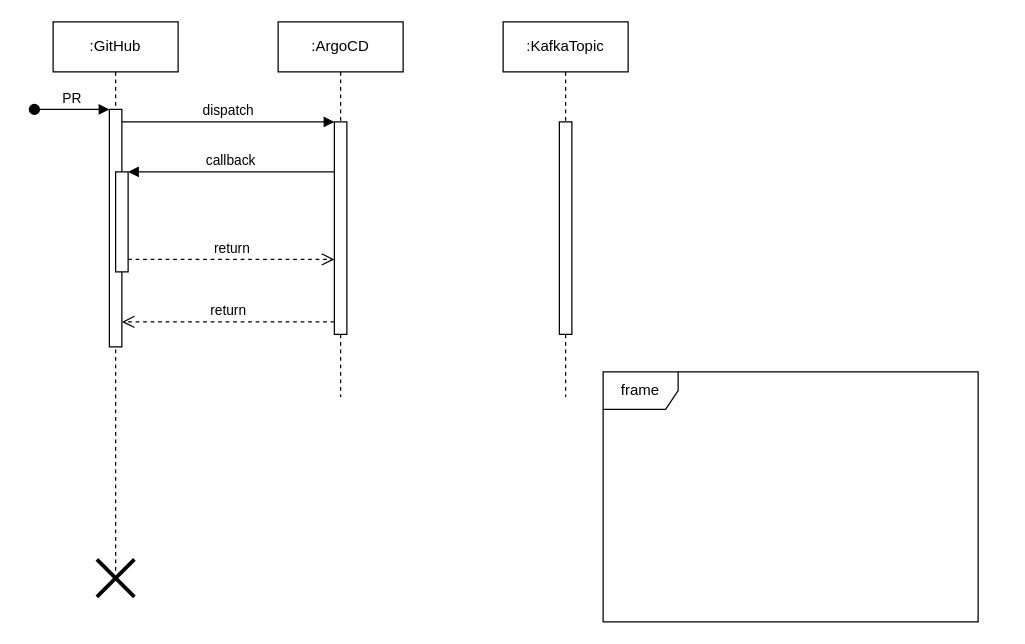
mcpersiko/devsmcp keeps this draw.io diagram as Untitled Diagram.drawio. Above is the earlier version. Source tidied: cells renumbered, new cells numbered last; positions are measured from the earlier drawing's top-left corner, leaving out a move shared by most shapes. Both pictures are drawn from the tidied source at 125%, with x=0, y=0 at pixel (34, 21).
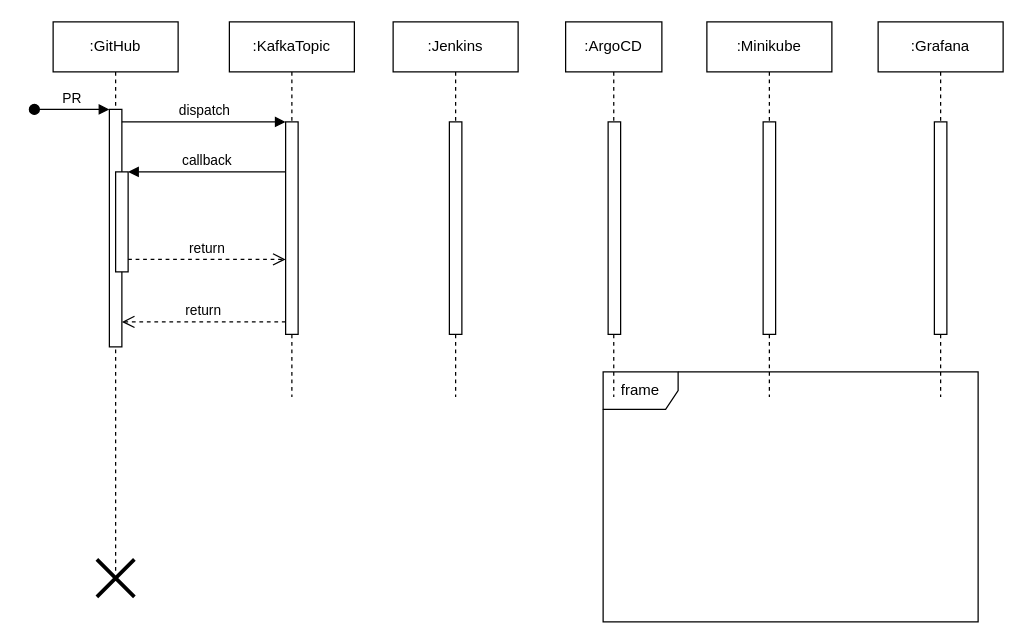
The same diagram, later.

Diff of the diagram source:
```diff
@@
-    <mxCell id="7" value=":ArgoCD" style="shape=umlLifeline;perimeter=lifelinePerimeter;whiteSpace=wrap;html=1;newEdgeStyle={&quot;edgeStyle&quot;:&quot;elbowEdgeStyle&quot;,&quot;elbow&quot;:&quot;vertical&quot;,&quot;curved&quot;:0,&quot;rounded&quot;:0};" parent="1" vertex="1">
-      <mxGeometry x="195" width="100" height="300" as="geometry" />
+    <mxCell id="7" value=":KafkaTopic" style="shape=umlLifeline;perimeter=lifelinePerimeter;whiteSpace=wrap;html=1;newEdgeStyle={&quot;edgeStyle&quot;:&quot;elbowEdgeStyle&quot;,&quot;elbow&quot;:&quot;vertical&quot;,&quot;curved&quot;:0,&quot;rounded&quot;:0};" parent="1" vertex="1">
+      <mxGeometry x="156" width="100" height="300" as="geometry" />
     </mxCell>
@@
-    <mxCell id="14" value=":KafkaTopic" style="shape=umlLifeline;perimeter=lifelinePerimeter;whiteSpace=wrap;html=1;newEdgeStyle={&quot;edgeStyle&quot;:&quot;elbowEdgeStyle&quot;,&quot;elbow&quot;:&quot;vertical&quot;,&quot;curved&quot;:0,&quot;rounded&quot;:0};" parent="1" vertex="1">
-      <mxGeometry x="375" width="100" height="300" as="geometry" />
+    <mxCell id="14" value=":ArgoCD" style="shape=umlLifeline;perimeter=lifelinePerimeter;whiteSpace=wrap;html=1;newEdgeStyle={&quot;edgeStyle&quot;:&quot;elbowEdgeStyle&quot;,&quot;elbow&quot;:&quot;vertical&quot;,&quot;curved&quot;:0,&quot;rounded&quot;:0};" parent="1" vertex="1">
+      <mxGeometry x="425" width="77" height="300" as="geometry" />
     </mxCell>
     <mxCell id="15" style="html=1;perimeter=orthogonalPerimeter;targetShapes=umlLifeline;newEdgeStyle={&quot;edgeStyle&quot;:&quot;elbowEdgeStyle&quot;,&quot;elbow&quot;:&quot;vertical&quot;,&quot;curved&quot;:0,&quot;rounded&quot;:0};" parent="14" vertex="1">
-      <mxGeometry x="45" y="80" width="10" height="170" as="geometry" />
+      <mxGeometry x="34" y="80" width="10" height="170" as="geometry" />
     </mxCell>
+    <mxCell id="16" value=":Grafana" style="shape=umlLifeline;perimeter=lifelinePerimeter;whiteSpace=wrap;html=1;newEdgeStyle={&quot;edgeStyle&quot;:&quot;elbowEdgeStyle&quot;,&quot;elbow&quot;:&quot;vertical&quot;,&quot;curved&quot;:0,&quot;rounded&quot;:0};" parent="1" vertex="1">
+      <mxGeometry x="675" width="100" height="300" as="geometry" />
+    </mxCell>
+    <mxCell id="17" style="html=1;perimeter=orthogonalPerimeter;targetShapes=umlLifeline;newEdgeStyle={&quot;edgeStyle&quot;:&quot;elbowEdgeStyle&quot;,&quot;elbow&quot;:&quot;vertical&quot;,&quot;curved&quot;:0,&quot;rounded&quot;:0};" parent="16" vertex="1">
+      <mxGeometry x="45" y="80" width="10" height="170" as="geometry" />
+    </mxCell>
+    <mxCell id="18" value=":Jenkins" style="shape=umlLifeline;perimeter=lifelinePerimeter;whiteSpace=wrap;html=1;newEdgeStyle={&quot;edgeStyle&quot;:&quot;elbowEdgeStyle&quot;,&quot;elbow&quot;:&quot;vertical&quot;,&quot;curved&quot;:0,&quot;rounded&quot;:0};" parent="1" vertex="1">
+      <mxGeometry x="287" width="100" height="300" as="geometry" />
+    </mxCell>
+    <mxCell id="19" style="html=1;perimeter=orthogonalPerimeter;targetShapes=umlLifeline;newEdgeStyle={&quot;edgeStyle&quot;:&quot;elbowEdgeStyle&quot;,&quot;elbow&quot;:&quot;vertical&quot;,&quot;curved&quot;:0,&quot;rounded&quot;:0};" parent="18" vertex="1">
+      <mxGeometry x="45" y="80" width="10" height="170" as="geometry" />
+    </mxCell>
+    <mxCell id="20" value=":Minikube" style="shape=umlLifeline;perimeter=lifelinePerimeter;whiteSpace=wrap;html=1;newEdgeStyle={&quot;edgeStyle&quot;:&quot;elbowEdgeStyle&quot;,&quot;elbow&quot;:&quot;vertical&quot;,&quot;curved&quot;:0,&quot;rounded&quot;:0};" parent="1" vertex="1">
+      <mxGeometry x="538" width="100" height="300" as="geometry" />
+    </mxCell>
+    <mxCell id="21" style="html=1;perimeter=orthogonalPerimeter;targetShapes=umlLifeline;newEdgeStyle={&quot;edgeStyle&quot;:&quot;elbowEdgeStyle&quot;,&quot;elbow&quot;:&quot;vertical&quot;,&quot;curved&quot;:0,&quot;rounded&quot;:0};" parent="20" vertex="1">
+      <mxGeometry x="45" y="80" width="10" height="170" as="geometry" />
+    </mxCell>
```
